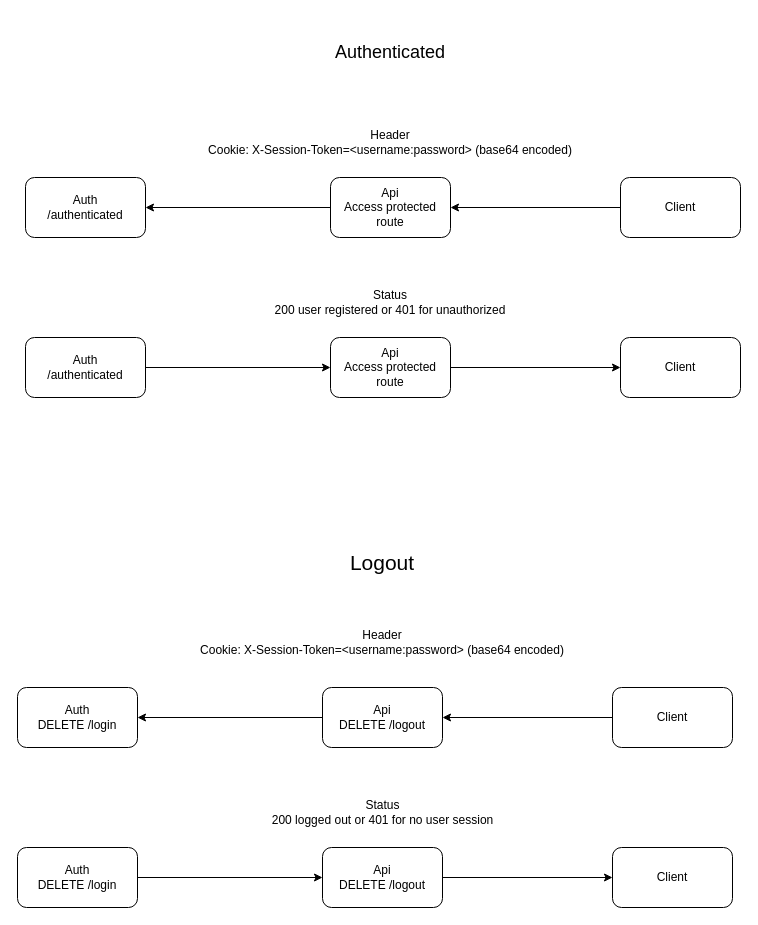
Earlier version of the draw.io diagram auth_diagram_1_authenticated_logout.drawio (sarahmarkland/galaxy_atlas). Source tidied: cells renumbered, new cells numbered last; positions are measured from the earlier drawing's top-left corner, leaving out a move shared by most shapes. Both pictures are drawn from the tidied source at 100%, with x=0, y=0 at pixel (17, 17).
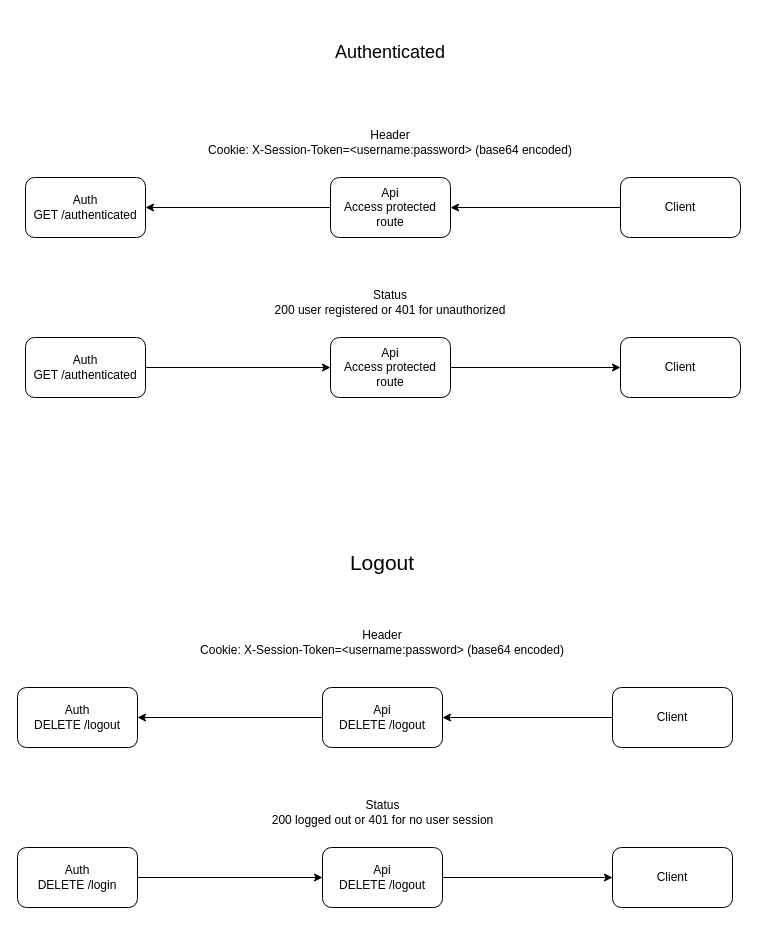
After the change.

What changed in the source:
```diff
@@
-    <mxCell id="2" value="&lt;div&gt;Auth&lt;/div&gt;&lt;div&gt;/authenticated&lt;/div&gt;" style="rounded=1;whiteSpace=wrap;html=1;" parent="1" vertex="1">
+    <mxCell id="2" value="&lt;div&gt;Auth&lt;/div&gt;&lt;div&gt;GET /authenticated&lt;/div&gt;" style="rounded=1;whiteSpace=wrap;html=1;" parent="1" vertex="1">
       <mxGeometry x="8" y="160" width="120" height="60" as="geometry" />
     </mxCell>
@@
-    <mxCell id="9" value="&lt;div&gt;Auth&lt;/div&gt;&lt;div&gt;/authenticated&lt;/div&gt;" style="rounded=1;whiteSpace=wrap;html=1;" parent="1" vertex="1">
+    <mxCell id="9" value="&lt;div&gt;Auth&lt;/div&gt;&lt;div&gt;GET /authenticated&lt;/div&gt;" style="rounded=1;whiteSpace=wrap;html=1;" parent="1" vertex="1">
       <mxGeometry x="8" y="320" width="120" height="60" as="geometry" />
     </mxCell>
@@
-    <mxCell id="15" value="&lt;div&gt;Auth&lt;/div&gt;&lt;div&gt;DELETE /login&lt;/div&gt;" style="rounded=1;whiteSpace=wrap;html=1;" parent="1" vertex="1">
+    <mxCell id="15" value="&lt;div&gt;Auth&lt;/div&gt;&lt;div&gt;DELETE /logout&lt;/div&gt;" style="rounded=1;whiteSpace=wrap;html=1;" parent="1" vertex="1">
       <mxGeometry y="670" width="120" height="60" as="geometry" />
     </mxCell>
```
